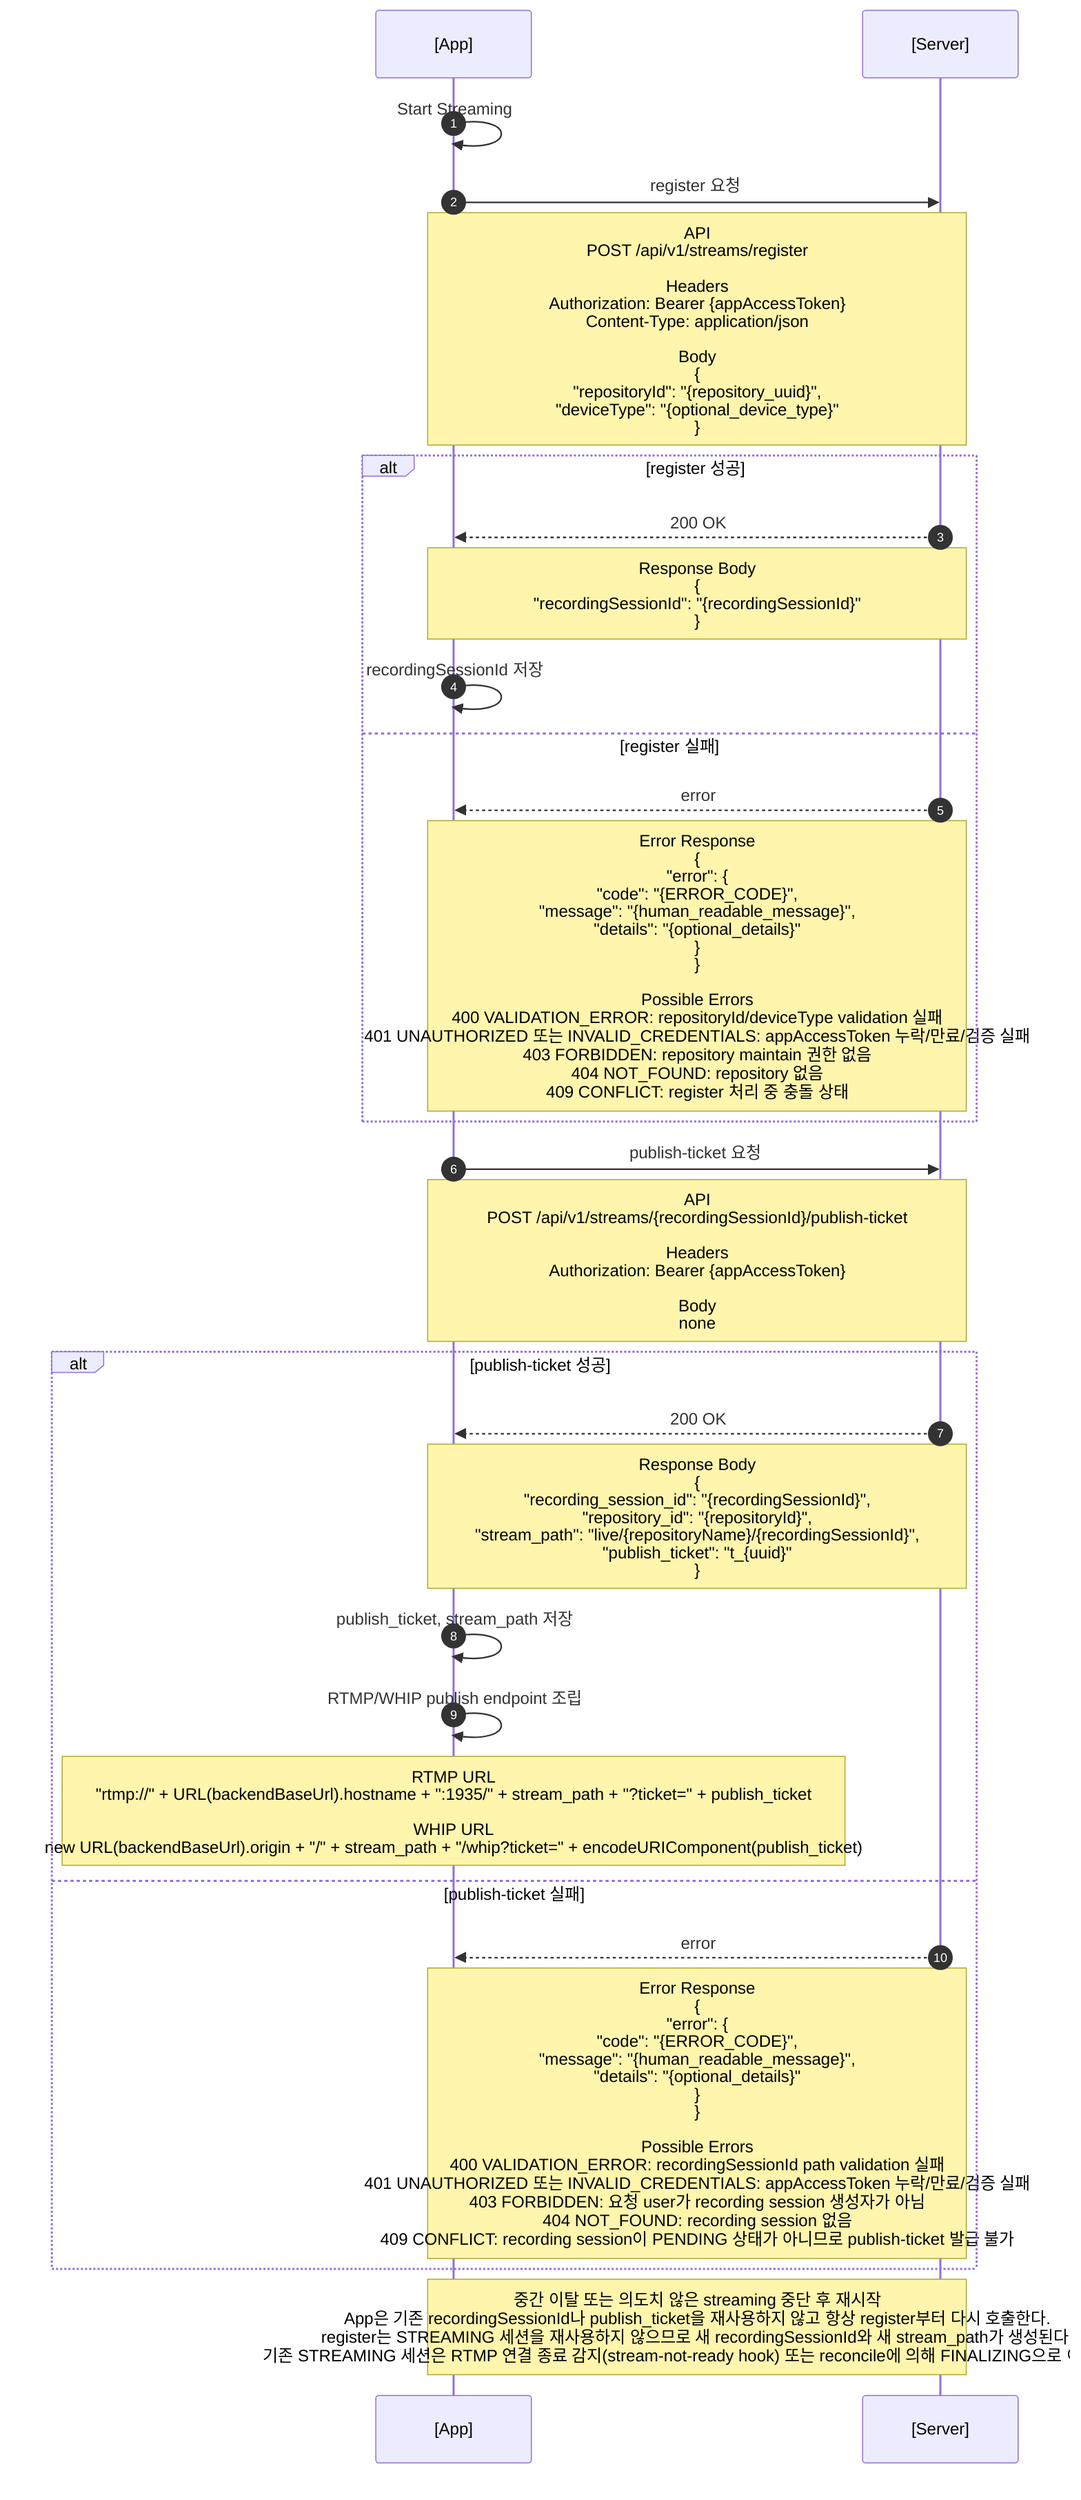
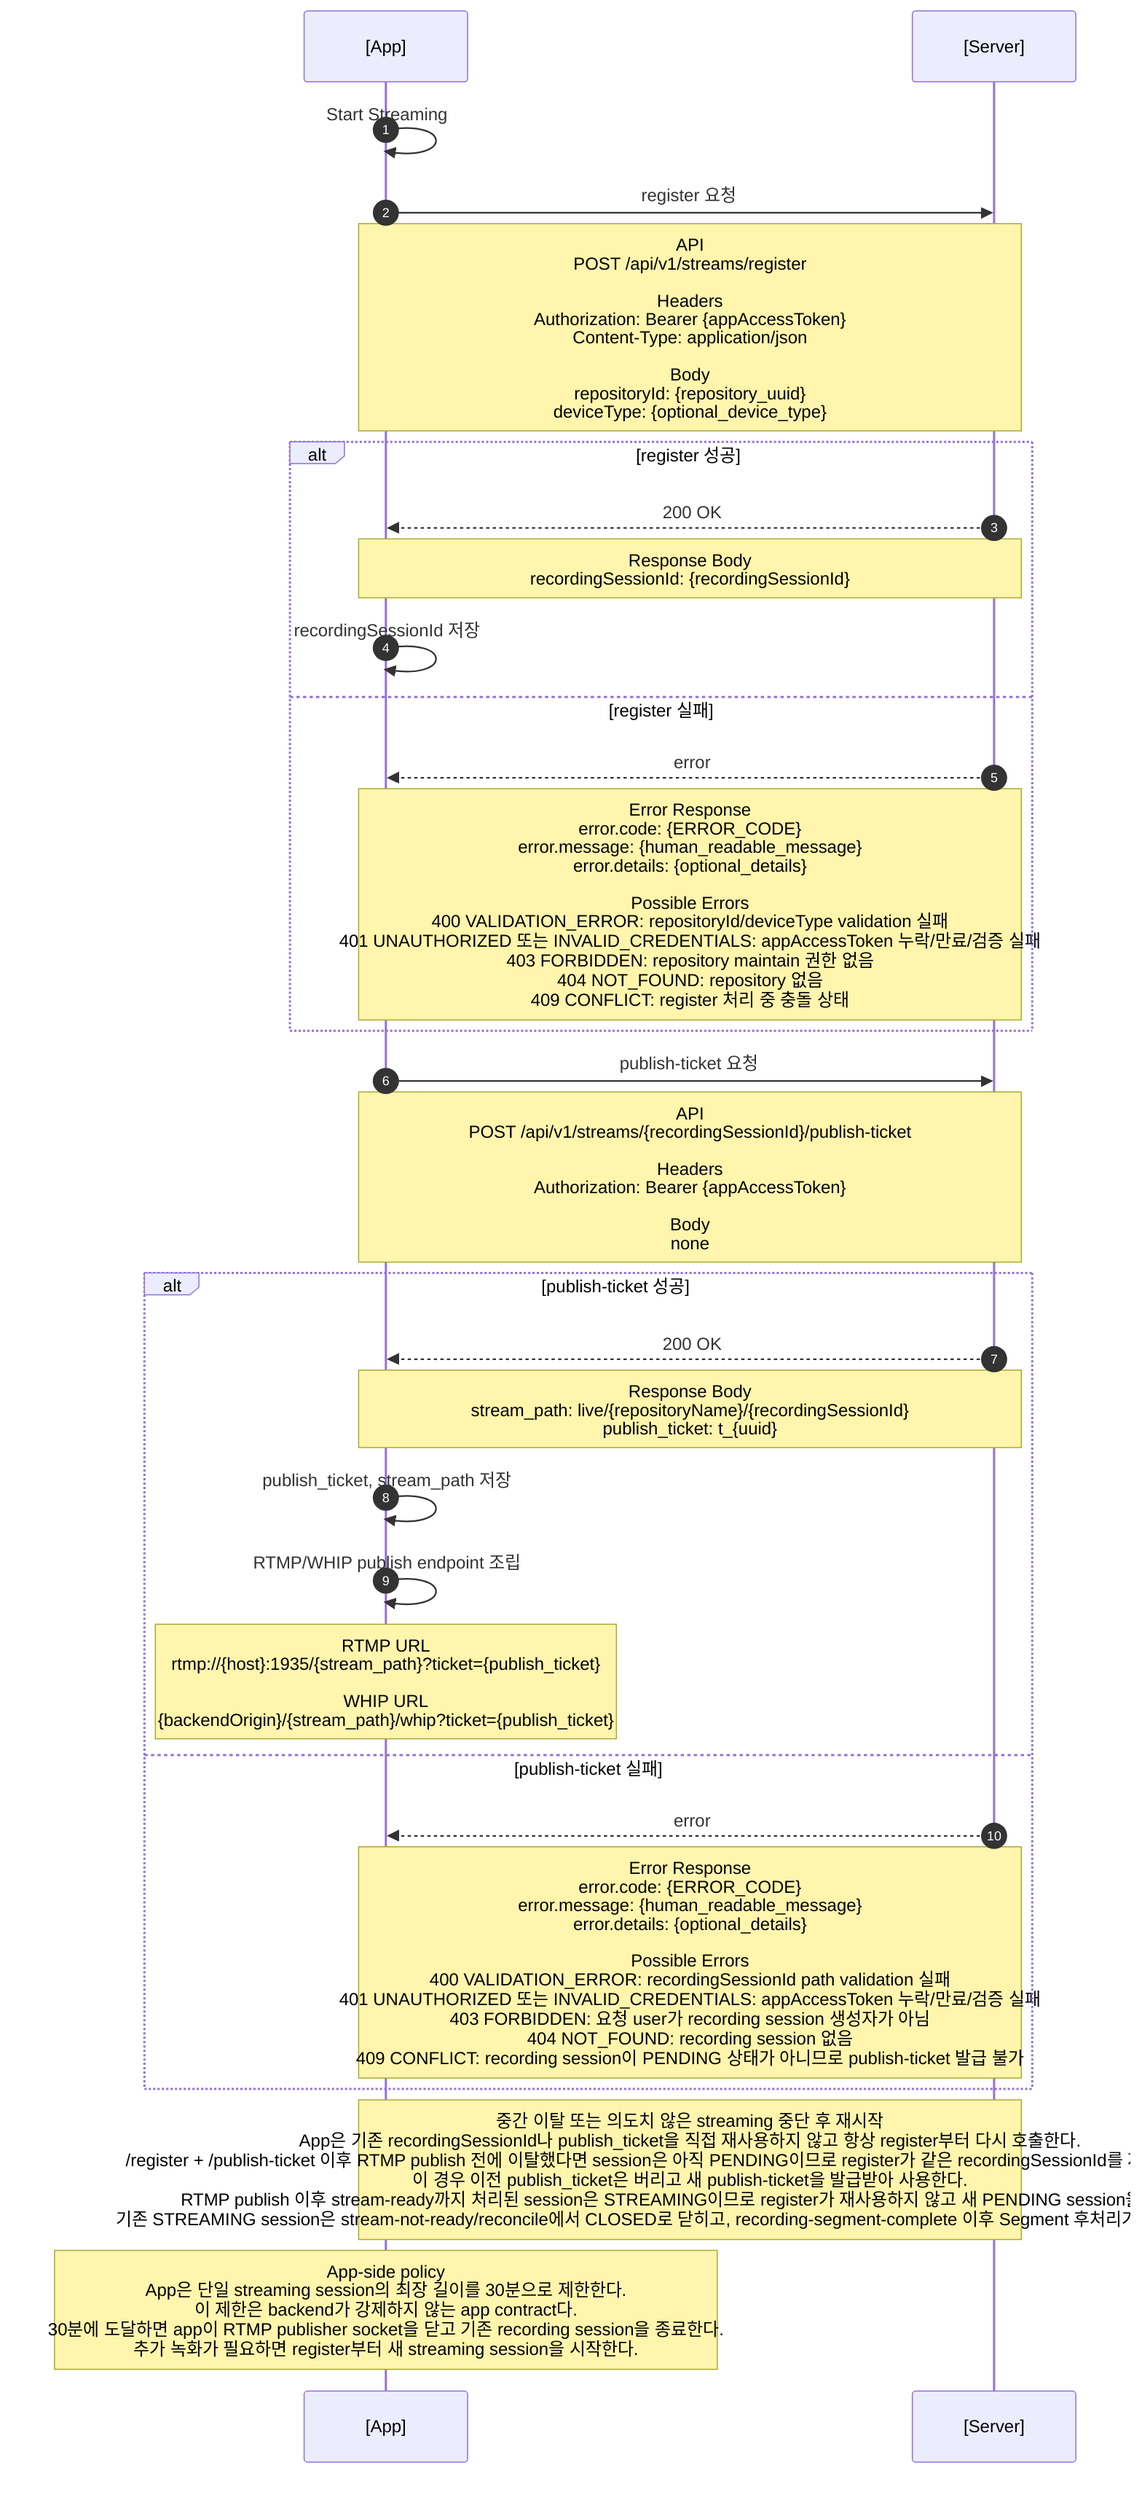
sequenceDiagram
  autonumber
  participant App as [App]
  participant Server as [Server]

  App->>App: Start Streaming

  App->>Server: register 요청
-   Note over App,Server: API<br/>POST /api/v1/streams/register<br/><br/>Headers<br/>Authorization: Bearer {appAccessToken}<br/>Content-Type: application/json<br/><br/>Body<br/>{<br/>  "repositoryId": "{repository_uuid}",<br/>  "deviceType": "{optional_device_type}"<br/>}
+   Note over App,Server: API<br/>POST /api/v1/streams/register<br/><br/>Headers<br/>Authorization: Bearer {appAccessToken}<br/>Content-Type: application/json<br/><br/>Body<br/>repositoryId: {repository_uuid}<br/>deviceType: {optional_device_type}

  alt register 성공
    Server-->>App: 200 OK
-     Note over App,Server: Response Body<br/>{<br/>  "recordingSessionId": "{recordingSessionId}"<br/>}
+     Note over App,Server: Response Body<br/>recordingSessionId: {recordingSessionId}
    App->>App: recordingSessionId 저장
  else register 실패
    Server-->>App: error
-     Note over App,Server: Error Response<br/>{<br/>  "error": {<br/>    "code": "{ERROR_CODE}",<br/>    "message": "{human_readable_message}",<br/>    "details": "{optional_details}"<br/>  }<br/>}<br/><br/>Possible Errors<br/>400 VALIDATION_ERROR: repositoryId/deviceType validation 실패<br/>401 UNAUTHORIZED 또는 INVALID_CREDENTIALS: appAccessToken 누락/만료/검증 실패<br/>403 FORBIDDEN: repository maintain 권한 없음<br/>404 NOT_FOUND: repository 없음<br/>409 CONFLICT: register 처리 중 충돌 상태
+     Note over App,Server: Error Response<br/>error.code: {ERROR_CODE}<br/>error.message: {human_readable_message}<br/>error.details: {optional_details}<br/><br/>Possible Errors<br/>400 VALIDATION_ERROR: repositoryId/deviceType validation 실패<br/>401 UNAUTHORIZED 또는 INVALID_CREDENTIALS: appAccessToken 누락/만료/검증 실패<br/>403 FORBIDDEN: repository maintain 권한 없음<br/>404 NOT_FOUND: repository 없음<br/>409 CONFLICT: register 처리 중 충돌 상태
  end

  App->>Server: publish-ticket 요청
  Note over App,Server: API<br/>POST /api/v1/streams/{recordingSessionId}/publish-ticket<br/><br/>Headers<br/>Authorization: Bearer {appAccessToken}<br/><br/>Body<br/>none

  alt publish-ticket 성공
    Server-->>App: 200 OK
-     Note over App,Server: Response Body<br/>{<br/>  "recording_session_id": "{recordingSessionId}",<br/>  "repository_id": "{repositoryId}",<br/>  "stream_path": "live/{repositoryName}/{recordingSessionId}",<br/>  "publish_ticket": "t_{uuid}"<br/>}
+     Note over App,Server: Response Body<br/>stream_path: live/{repositoryName}/{recordingSessionId}<br/>publish_ticket: t_{uuid}
    App->>App: publish_ticket, stream_path 저장
    App->>App: RTMP/WHIP publish endpoint 조립
-     Note over App: RTMP URL<br/>"rtmp://" + URL(backendBaseUrl).hostname + ":1935/" + stream_path + "?ticket=" + publish_ticket<br/><br/>WHIP URL<br/>new URL(backendBaseUrl).origin + "/" + stream_path + "/whip?ticket=" + encodeURIComponent(publish_ticket)
+     Note over App: RTMP URL<br/>rtmp://{host}:1935/{stream_path}?ticket={publish_ticket}<br/><br/>WHIP URL<br/>{backendOrigin}/{stream_path}/whip?ticket={publish_ticket}
  else publish-ticket 실패
    Server-->>App: error
-     Note over App,Server: Error Response<br/>{<br/>  "error": {<br/>    "code": "{ERROR_CODE}",<br/>    "message": "{human_readable_message}",<br/>    "details": "{optional_details}"<br/>  }<br/>}<br/><br/>Possible Errors<br/>400 VALIDATION_ERROR: recordingSessionId path validation 실패<br/>401 UNAUTHORIZED 또는 INVALID_CREDENTIALS: appAccessToken 누락/만료/검증 실패<br/>403 FORBIDDEN: 요청 user가 recording session 생성자가 아님<br/>404 NOT_FOUND: recording session 없음<br/>409 CONFLICT: recording session이 PENDING 상태가 아니므로 publish-ticket 발급 불가
+     Note over App,Server: Error Response<br/>error.code: {ERROR_CODE}<br/>error.message: {human_readable_message}<br/>error.details: {optional_details}<br/><br/>Possible Errors<br/>400 VALIDATION_ERROR: recordingSessionId path validation 실패<br/>401 UNAUTHORIZED 또는 INVALID_CREDENTIALS: appAccessToken 누락/만료/검증 실패<br/>403 FORBIDDEN: 요청 user가 recording session 생성자가 아님<br/>404 NOT_FOUND: recording session 없음<br/>409 CONFLICT: recording session이 PENDING 상태가 아니므로 publish-ticket 발급 불가
  end

-   Note over App,Server: 중간 이탈 또는 의도치 않은 streaming 중단 후 재시작<br/>App은 기존 recordingSessionId나 publish_ticket을 재사용하지 않고 항상 register부터 다시 호출한다.<br/>register는 STREAMING 세션을 재사용하지 않으므로 새 recordingSessionId와 새 stream_path가 생성된다.<br/>기존 STREAMING 세션은 RTMP 연결 종료 감지(stream-not-ready hook) 또는 reconcile에 의해 FINALIZING으로 이동한다.
+   Note over App,Server: 중간 이탈 또는 의도치 않은 streaming 중단 후 재시작<br/>App은 기존 recordingSessionId나 publish_ticket을 직접 재사용하지 않고 항상 register부터 다시 호출한다.<br/>/register + /publish-ticket 이후 RTMP publish 전에 이탈했다면 session은 아직 PENDING이므로 register가 같은 recordingSessionId를 재사용할 수 있다.<br/>이 경우 이전 publish_ticket은 버리고 새 publish-ticket을 발급받아 사용한다.<br/>RTMP publish 이후 stream-ready까지 처리된 session은 STREAMING이므로 register가 재사용하지 않고 새 PENDING session을 만든다.<br/>기존 STREAMING session은 stream-not-ready/reconcile에서 CLOSED로 닫히고, recording-segment-complete 이후 Segment 후처리가 별도로 진행된다.
+ 
+   Note over App: App-side policy<br/>App은 단일 streaming session의 최장 길이를 30분으로 제한한다.<br/>이 제한은 backend가 강제하지 않는 app contract다.<br/>30분에 도달하면 app이 RTMP publisher socket을 닫고 기존 recording session을 종료한다.<br/>추가 녹화가 필요하면 register부터 새 streaming session을 시작한다.
